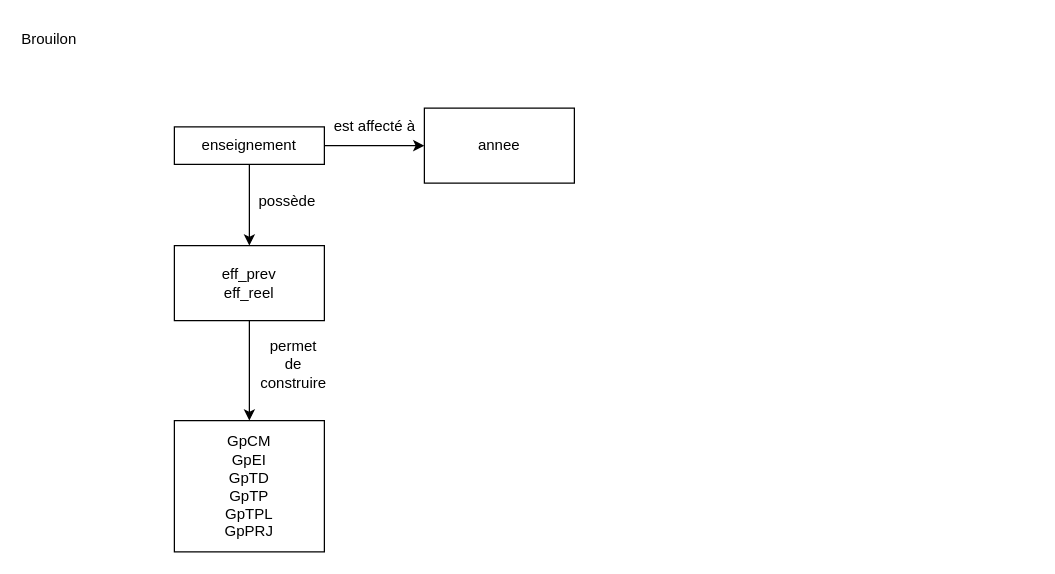
This is Schema_conceptuel.drawio from WildGoat07/Projet-tut-2020, a draw.io file, before an edit. Source tidied: cells renumbered, new cells numbered last; positions are measured from the earlier drawing's top-left corner, leaving out a move shared by most shapes. Both pictures are drawn from the tidied source at 125%, with x=0, y=0 at pixel (24, 26).
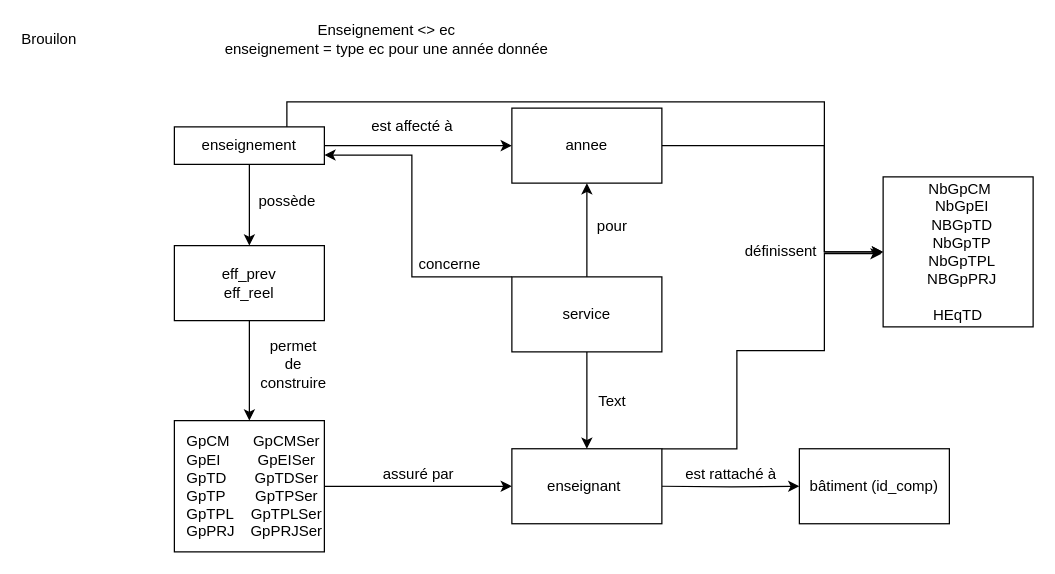
Above is the later version.

The change refers to these unchanged cells:
```xml
<mxCell id="5" value="enseignement" style="rounded=0;whiteSpace=wrap;html=1;" parent="1" vertex="1">
  <mxGeometry x="120" y="80" width="120" height="30" as="geometry" />
</mxCell>
```

Diff of the diagram source:
```diff
@@
+    <mxCell id="13" style="edgeStyle=orthogonalEdgeStyle;rounded=0;jettySize=auto;html=1;exitX=0.75;exitY=0;exitDx=0;exitDy=0;entryX=0;entryY=0.5;entryDx=0;entryDy=0;" parent="1" edge="1" source="5" target="30">
+      <mxGeometry relative="1" as="geometry">
+        <Array as="points">
+          <mxPoint x="210" y="60" />
+          <mxPoint x="640" y="60" />
+          <mxPoint x="640" y="180" />
+        </Array>
+      </mxGeometry>
+    </mxCell>
@@
+    <mxCell id="14" style="edgeStyle=orthogonalEdgeStyle;rounded=0;jettySize=auto;html=1;exitX=1;exitY=0.5;exitDx=0;exitDy=0;entryX=0;entryY=0.5;entryDx=0;entryDy=0;" parent="1" edge="1" source="6" target="30">
+      <mxGeometry relative="1" as="geometry">
+        <Array as="points">
+          <mxPoint x="640" y="95" />
+          <mxPoint x="640" y="180" />
+        </Array>
+      </mxGeometry>
+    </mxCell>
     <mxCell id="6" value="annee" style="whiteSpace=wrap;html=1;rounded=0;" parent="1" vertex="1">
-      <mxGeometry x="320" y="65" width="120" height="60" as="geometry" />
+      <mxGeometry x="390" y="65" width="120" height="60" as="geometry" />
     </mxCell>
     <mxCell id="7" value="est affecté à" style="text;html=1;align=center;verticalAlign=middle;" parent="1" vertex="1">
-      <mxGeometry x="240" y="70" width="80" height="20" as="geometry" />
+      <mxGeometry x="270" y="70" width="80" height="20" as="geometry" />
     </mxCell>
@@
-    <mxCell id="11" value="&lt;div&gt;GpCM&lt;/div&gt;&lt;div&gt;GpEI&lt;/div&gt;&lt;div&gt;GpTD&lt;/div&gt;&lt;div&gt;GpTP&lt;/div&gt;&lt;div&gt;GpTPL&lt;/div&gt;&lt;div&gt;GpPRJ&lt;/div&gt;" style="whiteSpace=wrap;html=1;rounded=0;" parent="1" vertex="1">
+    <mxCell id="11" value="&lt;div&gt;GpCM&lt;/div&gt;&lt;div&gt;GpEI&lt;/div&gt;&lt;div&gt;GpTD&lt;/div&gt;&lt;div&gt;GpTP&lt;/div&gt;&lt;div&gt;GpTPL&lt;/div&gt;&lt;div&gt;GpPRJ&lt;/div&gt;" style="whiteSpace=wrap;html=1;rounded=0;align=left;spacingLeft=8;" parent="1" vertex="1">
       <mxGeometry x="120" y="315" width="120" height="105" as="geometry" />
     </mxCell>
@@
+    <mxCell id="15" style="edgeStyle=orthogonalEdgeStyle;rounded=0;jettySize=auto;html=1;" parent="1" edge="1" target="16">
+      <mxGeometry relative="1" as="geometry">
+        <mxPoint x="510" y="367.5" as="sourcePoint" />
+      </mxGeometry>
+    </mxCell>
+    <mxCell id="16" value="bâtiment (id_comp)" style="whiteSpace=wrap;html=1;rounded=0;" parent="1" vertex="1">
+      <mxGeometry x="620" y="337.5" width="120" height="60" as="geometry" />
+    </mxCell>
+    <mxCell id="17" value="est rattaché à" style="text;html=1;align=center;verticalAlign=middle;" parent="1" vertex="1">
+      <mxGeometry x="520" y="347.5" width="90" height="20" as="geometry" />
+    </mxCell>
+    <mxCell id="18" style="edgeStyle=orthogonalEdgeStyle;rounded=0;jettySize=auto;html=1;" parent="1" edge="1" source="19" target="21">
+      <mxGeometry relative="1" as="geometry" />
+    </mxCell>
+    <mxCell id="19" value="&lt;div&gt;GpCMSer&lt;/div&gt;&lt;div&gt;GpEISer&lt;/div&gt;&lt;div&gt;GpTDSer&lt;/div&gt;&lt;div&gt;GpTPSer&lt;/div&gt;&lt;div&gt;GpTPLSer&lt;/div&gt;&lt;div&gt;GpPRJSer&lt;/div&gt;" style="text;html=1;strokeColor=none;fillColor=none;align=center;verticalAlign=middle;whiteSpace=wrap;rounded=0;" parent="1" vertex="1">
+      <mxGeometry x="180" y="322.5" width="60" height="90" as="geometry" />
+    </mxCell>
+    <mxCell id="20" style="edgeStyle=orthogonalEdgeStyle;rounded=0;jettySize=auto;html=1;exitX=1;exitY=0;exitDx=0;exitDy=0;entryX=-0.01;entryY=0.512;entryDx=0;entryDy=0;entryPerimeter=0;" parent="1" edge="1" source="21" target="30">
+      <mxGeometry relative="1" as="geometry">
+        <Array as="points">
+          <mxPoint x="570" y="337" />
+          <mxPoint x="570" y="259" />
+          <mxPoint x="640" y="259" />
+          <mxPoint x="640" y="181" />
+        </Array>
+      </mxGeometry>
+    </mxCell>
+    <mxCell id="21" value="&amp;nbsp;&amp;nbsp;&amp;nbsp;&amp;nbsp;&amp;nbsp;&amp;nbsp;&amp;nbsp; enseignant" style="whiteSpace=wrap;html=1;align=left;" parent="1" vertex="1">
+      <mxGeometry x="390" y="337.5" width="120" height="60" as="geometry" />
+    </mxCell>
+    <mxCell id="22" value="assuré par " style="text;html=1;align=center;verticalAlign=middle;" parent="1" vertex="1">
+      <mxGeometry x="280" y="347.5" width="70" height="20" as="geometry" />
+    </mxCell>
+    <mxCell id="23" style="edgeStyle=orthogonalEdgeStyle;rounded=0;jettySize=auto;html=1;" parent="1" edge="1" source="26" target="21">
+      <mxGeometry relative="1" as="geometry" />
+    </mxCell>
+    <mxCell id="24" style="edgeStyle=orthogonalEdgeStyle;rounded=0;jettySize=auto;html=1;" parent="1" edge="1" source="26" target="6">
+      <mxGeometry relative="1" as="geometry" />
+    </mxCell>
+    <mxCell id="25" style="edgeStyle=orthogonalEdgeStyle;rounded=0;jettySize=auto;html=1;exitX=0;exitY=0;exitDx=0;exitDy=0;entryX=1;entryY=0.75;entryDx=0;entryDy=0;" parent="1" edge="1" source="26" target="5">
+      <mxGeometry relative="1" as="geometry">
+        <Array as="points">
+          <mxPoint x="310" y="200" />
+          <mxPoint x="310" y="103" />
+        </Array>
+      </mxGeometry>
+    </mxCell>
+    <mxCell id="26" value="&lt;div align=&quot;center&quot;&gt;service&lt;/div&gt;" style="whiteSpace=wrap;html=1;align=center;" parent="1" vertex="1">
+      <mxGeometry x="390" y="200" width="120" height="60" as="geometry" />
+    </mxCell>
+    <mxCell id="27" value="pour" style="text;html=1;align=center;verticalAlign=middle;" parent="1" vertex="1">
+      <mxGeometry x="450" y="150" width="40" height="20" as="geometry" />
+    </mxCell>
+    <mxCell id="28" value="concerne" style="text;html=1;align=center;verticalAlign=middle;" parent="1" vertex="1">
+      <mxGeometry x="305" y="180" width="70" height="20" as="geometry" />
+    </mxCell>
+    <mxCell id="29" value="Text" style="text;html=1;align=center;verticalAlign=middle;" parent="1" vertex="1">
+      <mxGeometry x="450" y="290" width="40" height="20" as="geometry" />
+    </mxCell>
+    <mxCell id="30" value="&amp;nbsp;NbGpCM &lt;br&gt;&amp;nbsp; NbGpEI&lt;br&gt;&amp;nbsp; NBGpTD&lt;br&gt;&amp;nbsp; NbGpTP&lt;br&gt;&amp;nbsp; NbGpTPL&lt;br&gt;&lt;div&gt;&amp;nbsp; NBGpPRJ&lt;/div&gt;&lt;div&gt;&lt;br&gt;&lt;/div&gt;&lt;div&gt;HEqTD&lt;br&gt;&lt;/div&gt;" style="rounded=0;whiteSpace=wrap;html=1;align=center;" parent="1" vertex="1">
+      <mxGeometry x="687" y="120" width="120" height="120" as="geometry" />
+    </mxCell>
+    <mxCell id="31" value="définissent" style="text;html=1;align=center;verticalAlign=middle;" parent="1" vertex="1">
+      <mxGeometry x="570" y="170" width="70" height="20" as="geometry" />
+    </mxCell>
+    <mxCell id="32" value="Enseignement &amp;lt;&amp;gt; ec&lt;br&gt;enseignement = type ec pour une année donnée&lt;br&gt; " style="text;html=1;strokeColor=none;fillColor=none;align=center;verticalAlign=middle;whiteSpace=wrap;rounded=0;" parent="1" vertex="1">
+      <mxGeometry x="140" width="300" height="20" as="geometry" />
+    </mxCell>
```
